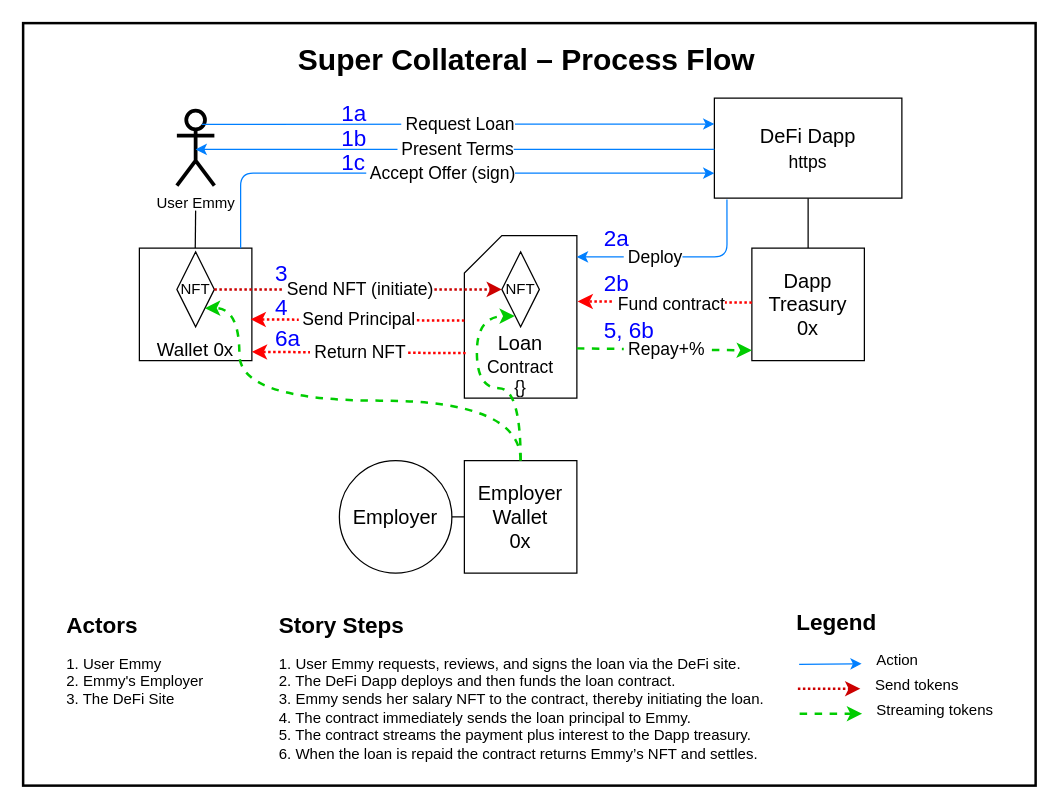
This is assets/super_collateral.drawio from SmilingHeretic/super-collateral, a draw.io file, before an edit. Source tidied: cells renumbered, new cells numbered last; positions are measured from the earlier drawing's top-left corner, leaving out a move shared by most shapes. Both pictures are drawn from the tidied source at 125%, with x=0, y=0 at pixel (22, 22).
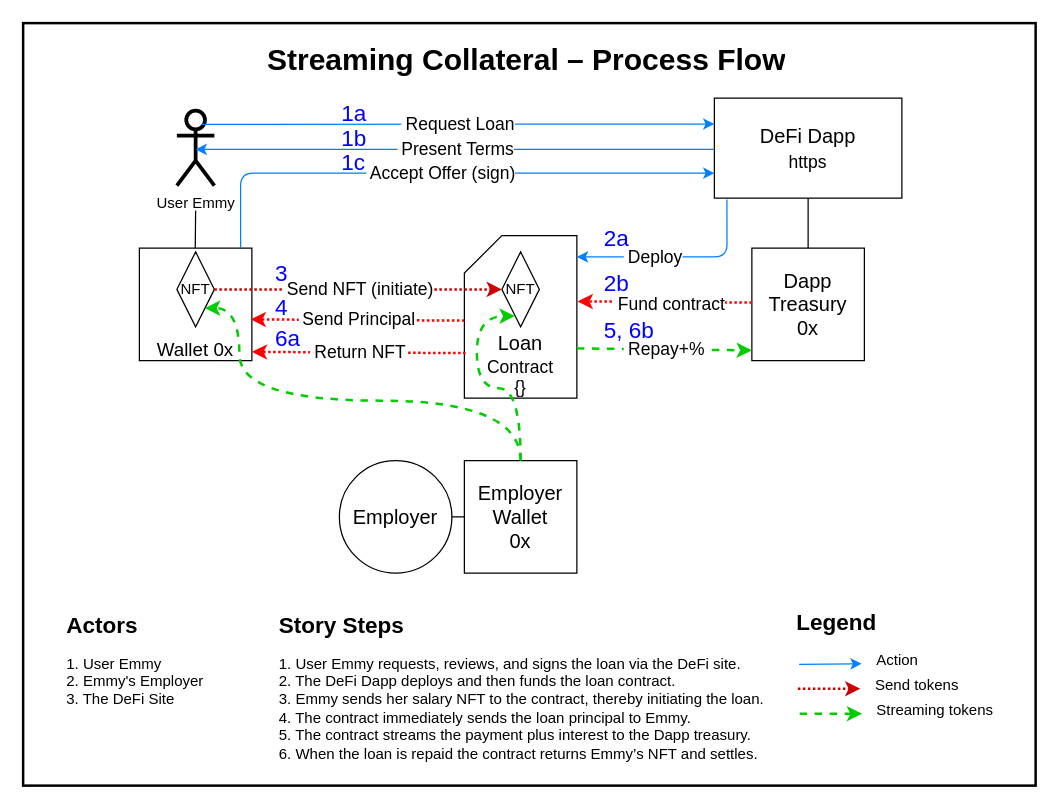
Above is the later version.

Change to the diagram source:
```diff
@@
-    <mxCell id="19" value="&lt;h1 align=&quot;center&quot;&gt;Super Collateral – Process Flow&lt;br&gt;&lt;/h1&gt;&lt;p align=&quot;center&quot;&gt;&lt;br&gt;&lt;br&gt;&lt;/p&gt;" style="text;html=1;strokeColor=none;fillColor=none;spacing=5;spacingTop=-20;whiteSpace=wrap;overflow=hidden;rounded=0;hachureGap=4;align=center;" parent="1" vertex="1">
+    <mxCell id="19" value="&lt;h1 align=&quot;center&quot;&gt;Streaming Collateral – Process Flow&lt;br&gt;&lt;/h1&gt;&lt;p align=&quot;center&quot;&gt;&lt;br&gt;&lt;br&gt;&lt;/p&gt;" style="text;html=1;strokeColor=none;fillColor=none;spacing=5;spacingTop=-20;whiteSpace=wrap;overflow=hidden;rounded=0;hachureGap=4;align=center;" parent="1" vertex="1">
       <mxGeometry x="3" y="10" width="800" height="40" as="geometry" />
     </mxCell>
```
